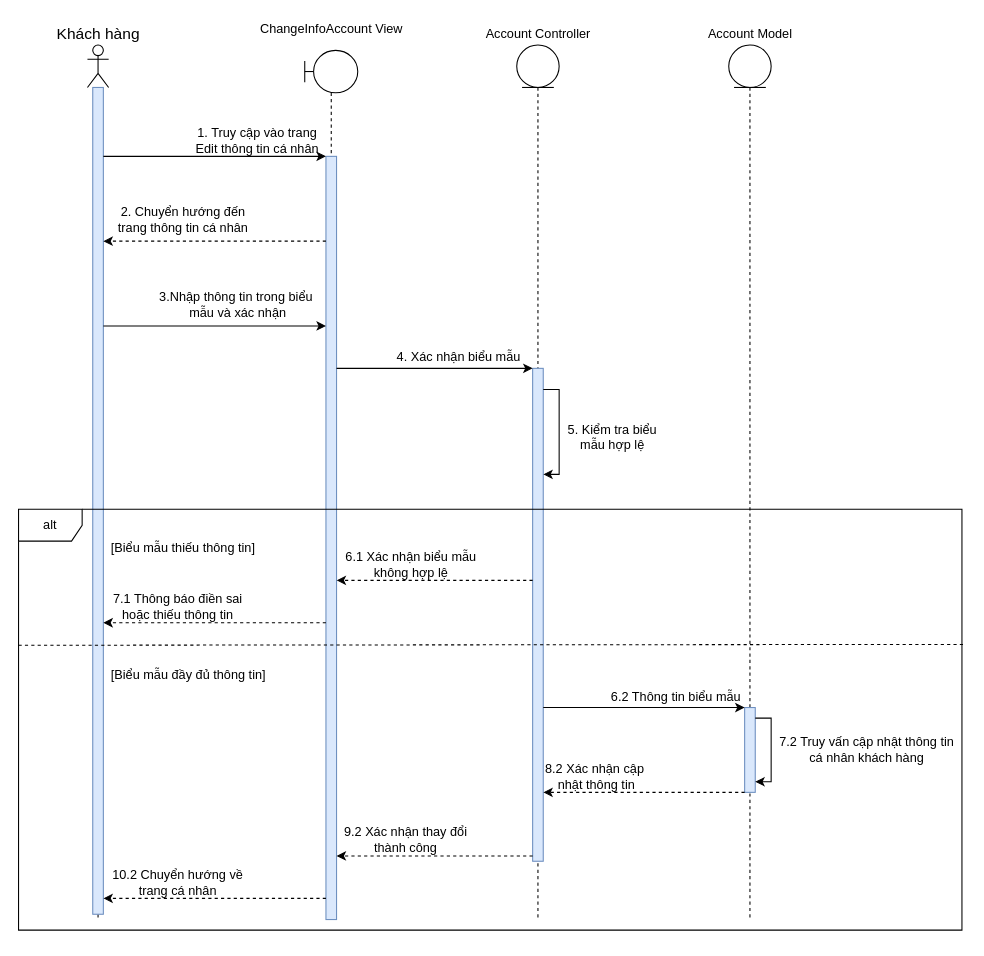
Above: Nam3_HK1/CNPM_SoftTech/Sequence Diagrams/Linh Quân/SD_ĐổiThôngTinCáNhân.drawio in EdgarIgnite16/SGU-Course (draw.io), before the change. Source tidied: cells renumbered, new cells numbered last; positions are measured from the earlier drawing's top-left corner, leaving out a move shared by most shapes. Both pictures are drawn from the tidied source at 106%, with x=0, y=0 at pixel (18, 18).
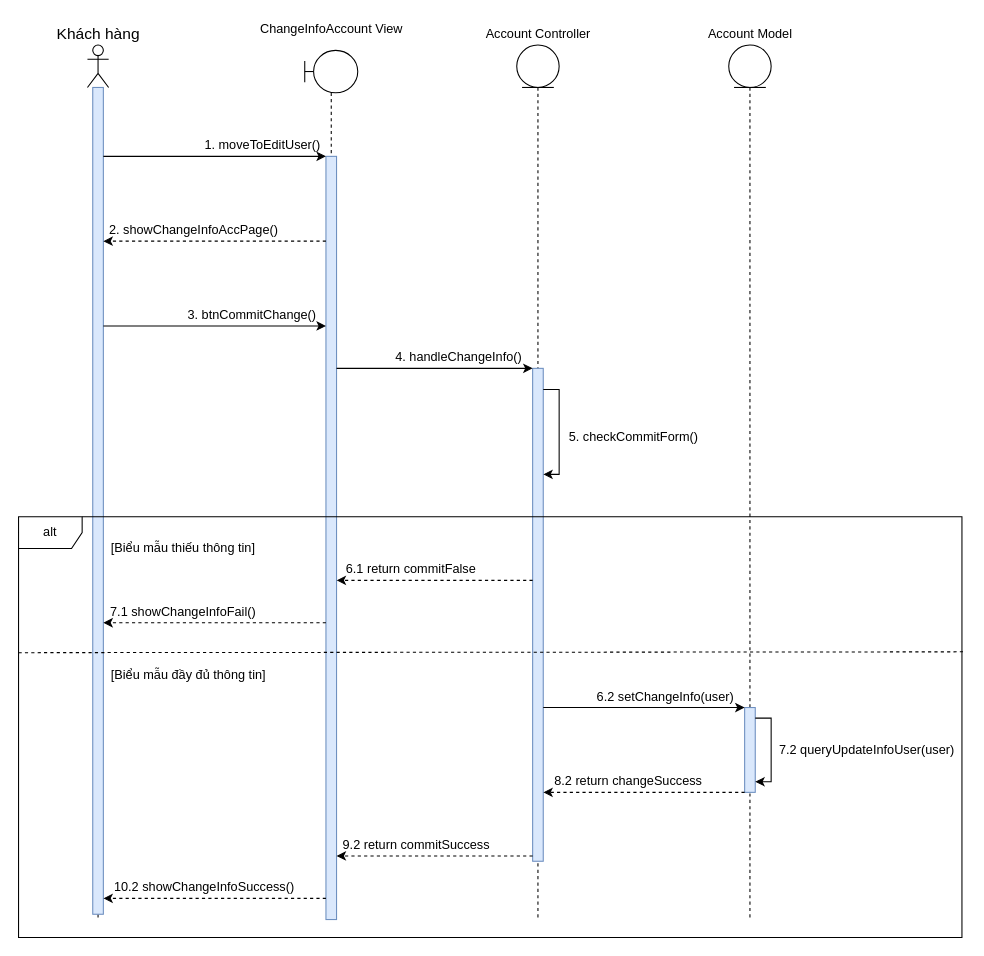
Above is the later version.

What changed in the source:
```diff
@@
-    <mxCell id="14" value="1. Truy cập vào trang&lt;br&gt;Edit thông tin cá nhân" style="text;html=1;align=center;verticalAlign=middle;strokeColor=none;fillColor=none;" parent="1" vertex="1">
-      <mxGeometry x="160" y="100" width="130" height="30" as="geometry" />
+    <mxCell id="14" value="1. moveToEditUser()" style="text;html=1;align=center;verticalAlign=middle;strokeColor=none;fillColor=none;" parent="1" vertex="1">
+      <mxGeometry x="170" y="110" width="120" height="20" as="geometry" />
     </mxCell>
@@
-    <mxCell id="16" value="2. Chuyển hướng đến &lt;br&gt;trang thông tin cá nhân" style="text;html=1;align=center;verticalAlign=middle;strokeColor=none;fillColor=none;" parent="1" vertex="1">
-      <mxGeometry x="80" y="170" width="150" height="40" as="geometry" />
+    <mxCell id="16" value="2. showChangeInfoAccPage()" style="text;html=1;align=center;verticalAlign=middle;strokeColor=none;fillColor=none;" parent="1" vertex="1">
+      <mxGeometry x="80" y="190" width="170" height="20" as="geometry" />
     </mxCell>
-    <mxCell id="17" value="3.Nhập thông tin trong biểu&lt;br&gt;&amp;nbsp;mẫu và xác nhận" style="text;html=1;align=center;verticalAlign=middle;strokeColor=none;fillColor=none;" parent="1" vertex="1">
-      <mxGeometry x="120" y="250" width="170" height="40" as="geometry" />
+    <mxCell id="17" value="3. btnCommitChange()" style="text;html=1;align=center;verticalAlign=middle;strokeColor=none;fillColor=none;" parent="1" vertex="1">
+      <mxGeometry x="150" y="270" width="140" height="20" as="geometry" />
     </mxCell>
@@
-    <mxCell id="23" value="4. Xác nhận biểu mẫu" style="text;html=1;align=center;verticalAlign=middle;strokeColor=none;fillColor=none;" parent="1" vertex="1">
+    <mxCell id="23" value="4. handleChangeInfo()" style="text;html=1;align=center;verticalAlign=middle;strokeColor=none;fillColor=none;" parent="1" vertex="1">
       <mxGeometry x="350" y="310" width="130" height="20" as="geometry" />
     </mxCell>
-    <mxCell id="24" value="5. Kiểm tra biểu&lt;br&gt;mẫu hợp lệ" style="text;html=1;align=center;verticalAlign=middle;strokeColor=none;fillColor=none;" parent="1" vertex="1">
-      <mxGeometry x="510" y="380" width="100" height="30" as="geometry" />
+    <mxCell id="24" value="5. checkCommitForm()" style="text;html=1;align=center;verticalAlign=middle;strokeColor=none;fillColor=none;" parent="1" vertex="1">
+      <mxGeometry x="510" y="385" width="140" height="20" as="geometry" />
     </mxCell>
@@
-    <mxCell id="27" value="6.1 Xác nhận biểu mẫu&lt;br&gt;không hợp lệ" style="text;html=1;align=center;verticalAlign=middle;strokeColor=none;fillColor=none;" parent="1" vertex="1">
-      <mxGeometry x="300" y="500" width="140" height="30" as="geometry" />
+    <mxCell id="27" value="6.1 return commitFalse" style="text;html=1;align=center;verticalAlign=middle;strokeColor=none;fillColor=none;" parent="1" vertex="1">
+      <mxGeometry x="300" y="510" width="140" height="20" as="geometry" />
     </mxCell>
@@
-    <mxCell id="29" value="7.1 Thông báo điền sai &lt;br&gt;hoặc thiếu thông tin" style="text;html=1;align=center;verticalAlign=middle;strokeColor=none;fillColor=none;" parent="1" vertex="1">
-      <mxGeometry x="80" y="540" width="140" height="30" as="geometry" />
+    <mxCell id="29" value="7.1 showChangeInfoFail()" style="text;html=1;align=center;verticalAlign=middle;strokeColor=none;fillColor=none;" parent="1" vertex="1">
+      <mxGeometry x="80" y="550" width="150" height="20" as="geometry" />
     </mxCell>
@@
-    <mxCell id="32" value="6.2 Thông tin biểu mẫu" style="text;html=1;align=center;verticalAlign=middle;strokeColor=none;fillColor=none;" parent="1" vertex="1">
-      <mxGeometry x="550" y="630" width="140" height="20" as="geometry" />
+    <mxCell id="32" value="6.2 setChangeInfo(user)" style="text;html=1;align=center;verticalAlign=middle;strokeColor=none;fillColor=none;" parent="1" vertex="1">
+      <mxGeometry x="540" y="630" width="140" height="20" as="geometry" />
     </mxCell>
-    <mxCell id="33" value="7.2 Truy vấn cập nhật thông tin &lt;br&gt;cá nhân khách hàng" style="text;html=1;align=center;verticalAlign=middle;strokeColor=none;fillColor=none;" parent="1" vertex="1">
-      <mxGeometry x="710" y="675" width="180" height="30" as="geometry" />
+    <mxCell id="33" value="7.2 queryUpdateInfoUser(user)" style="text;html=1;align=center;verticalAlign=middle;strokeColor=none;fillColor=none;" parent="1" vertex="1">
+      <mxGeometry x="710" y="680" width="180" height="20" as="geometry" />
     </mxCell>
@@
-    <mxCell id="35" value="8.2 Xác nhận cập&amp;nbsp;&lt;br&gt;nhật thông tin" style="text;html=1;align=center;verticalAlign=middle;strokeColor=none;fillColor=none;" parent="1" vertex="1">
-      <mxGeometry x="490" y="700" width="110" height="30" as="geometry" />
+    <mxCell id="35" value="8.2 return changeSuccess" style="text;html=1;align=center;verticalAlign=middle;strokeColor=none;fillColor=none;" parent="1" vertex="1">
+      <mxGeometry x="500" y="710" width="150" height="20" as="geometry" />
     </mxCell>
@@
-    <mxCell id="37" value="9.2 Xác nhận thay đổi&lt;br&gt;thành công" style="text;html=1;align=center;verticalAlign=middle;strokeColor=none;fillColor=none;" parent="1" vertex="1">
-      <mxGeometry x="300" y="760" width="130" height="30" as="geometry" />
+    <mxCell id="37" value="9.2 return commitSuccess" style="text;html=1;align=center;verticalAlign=middle;strokeColor=none;fillColor=none;" parent="1" vertex="1">
+      <mxGeometry x="300" y="770" width="150" height="20" as="geometry" />
     </mxCell>
@@
-    <mxCell id="39" value="10.2 Chuyển hướng về&lt;br&gt;trang cá nhân" style="text;html=1;align=center;verticalAlign=middle;strokeColor=none;fillColor=none;" parent="1" vertex="1">
-      <mxGeometry x="80" y="800" width="140" height="30" as="geometry" />
+    <mxCell id="39" value="10.2 showChangeInfoSuccess()" style="text;html=1;align=center;verticalAlign=middle;strokeColor=none;fillColor=none;" parent="1" vertex="1">
+      <mxGeometry x="80" y="810" width="190" height="20" as="geometry" />
     </mxCell>
     <mxCell id="40" value="alt" style="shape=umlFrame;whiteSpace=wrap;html=1;" parent="1" vertex="1">
-      <mxGeometry y="463" width="890" height="397" as="geometry" />
+      <mxGeometry y="470" width="890" height="397" as="geometry" />
     </mxCell>
```
